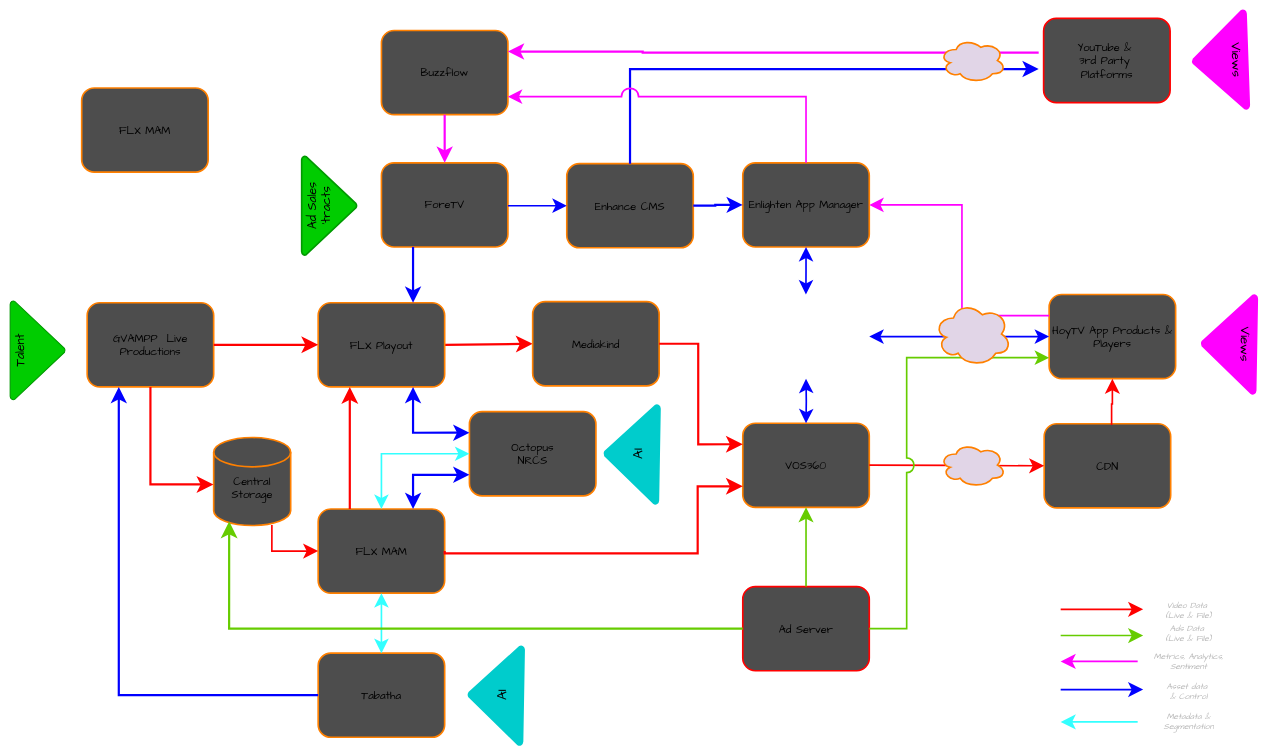
zarniewoop/drawings keeps this draw.io diagram as imw135 - HoyTV Data Flow.drawio. Above is the earlier version. Source tidied: cells renumbered, new cells numbered last; positions are measured from the earlier drawing's top-left corner, leaving out a move shared by most shapes. Both pictures are drawn from the tidied source at 55%, with x=0, y=0 at pixel (-12, 18).
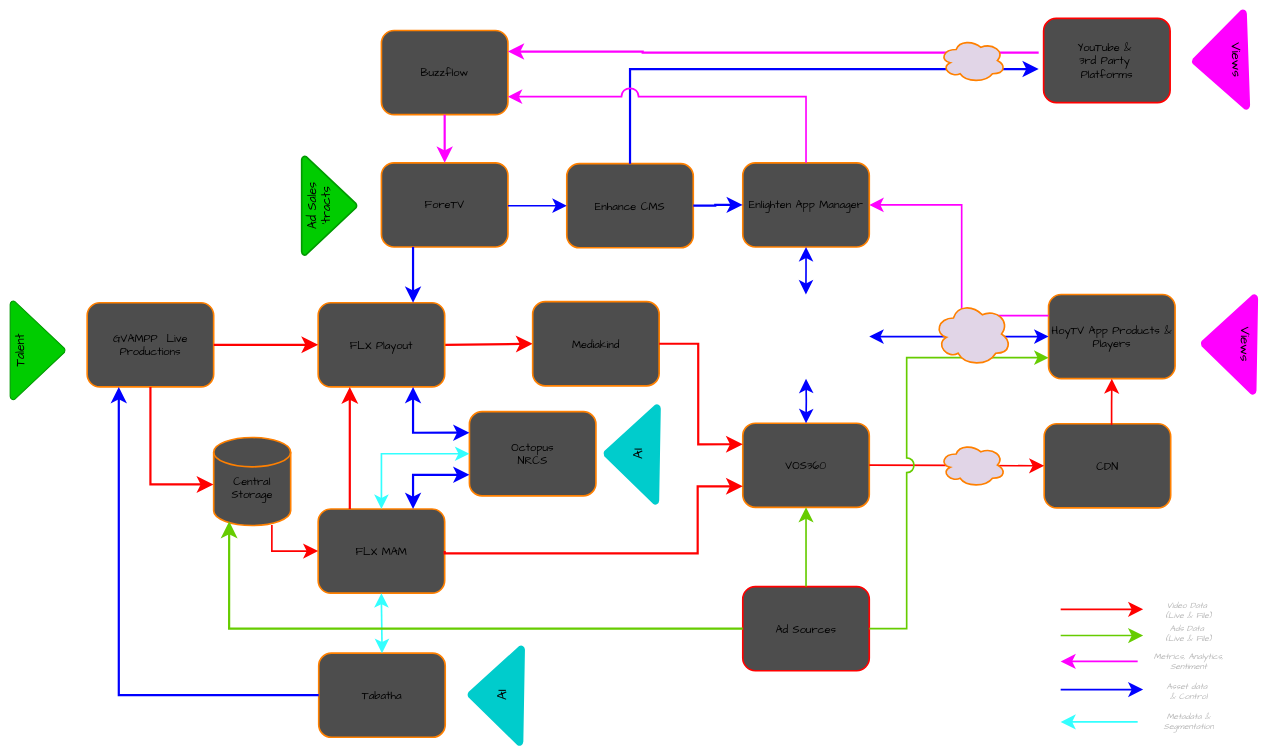
The same diagram, later.

Diff of the diagram source:
```diff
@@
     <mxCell id="5" value="HoyTV App Products &amp;amp; Players" style="rounded=1;whiteSpace=wrap;html=1;fontSize=20;fillColor=light-dark(#4D4D4D,#4D4D4D);strokeColor=light-dark(#FF8000,#FF8000);strokeWidth=3;fontFamily=Comic Sans MS;" parent="1" vertex="1">
-      <mxGeometry x="1929" y="502" width="230" height="153" as="geometry" />
+      <mxGeometry x="1928" y="502" width="230" height="153" as="geometry" />
     </mxCell>
@@
-    <mxCell id="13" value="Ad Server" style="rounded=1;whiteSpace=wrap;html=1;fontSize=20;fillColor=light-dark(#4D4D4D,#4D4D4D);strokeColor=light-dark(#FF0000,#FF0000);strokeWidth=3;fontFamily=Comic Sans MS;" parent="1" vertex="1">
+    <mxCell id="13" value="Ad Sources" style="rounded=1;whiteSpace=wrap;html=1;fontSize=20;fillColor=light-dark(#4D4D4D,#4D4D4D);strokeColor=light-dark(#FF0000,#FF0000);strokeWidth=3;fontFamily=Comic Sans MS;" parent="1" vertex="1">
       <mxGeometry x="1372" y="1033" width="230" height="153" as="geometry" />
     </mxCell>
@@
     <mxCell id="22" value="Tabatha" style="rounded=1;whiteSpace=wrap;html=1;fontSize=20;fillColor=light-dark(#4D4D4D,#4D4D4D);strokeColor=light-dark(#FF8000,#FF8000);strokeWidth=3;fontFamily=Comic Sans MS;" parent="1" vertex="1">
-      <mxGeometry x="600" y="1154" width="230" height="153" as="geometry" />
+      <mxGeometry x="601" y="1154" width="230" height="153" as="geometry" />
     </mxCell>
@@
-    <mxCell id="67" value="FLX MAM" style="rounded=1;whiteSpace=wrap;html=1;fontSize=20;fillColor=light-dark(#4D4D4D,#4D4D4D);strokeColor=light-dark(#FF8000,#FF8000);strokeWidth=3;fontFamily=Comic Sans MS;" parent="1" vertex="1">
-      <mxGeometry x="170" y="126.5" width="230" height="153" as="geometry" />
-    </mxCell>
```
